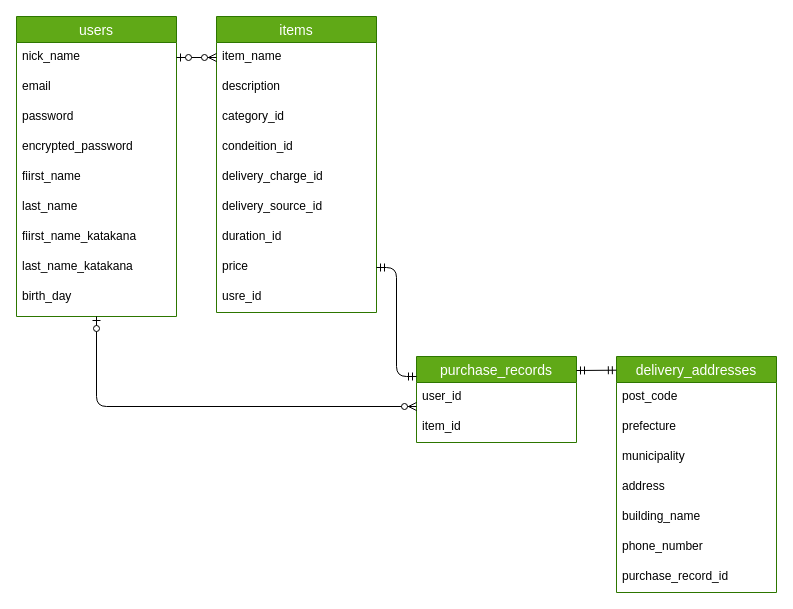
Above: er.dio in nameko710/furima-38718 (draw.io), before the change. Source tidied: cells renumbered, new cells numbered last; positions are measured from the earlier drawing's top-left corner, leaving out a move shared by most shapes. Both pictures are drawn from the tidied source at 100%, with x=0, y=0 at pixel (16, 16).
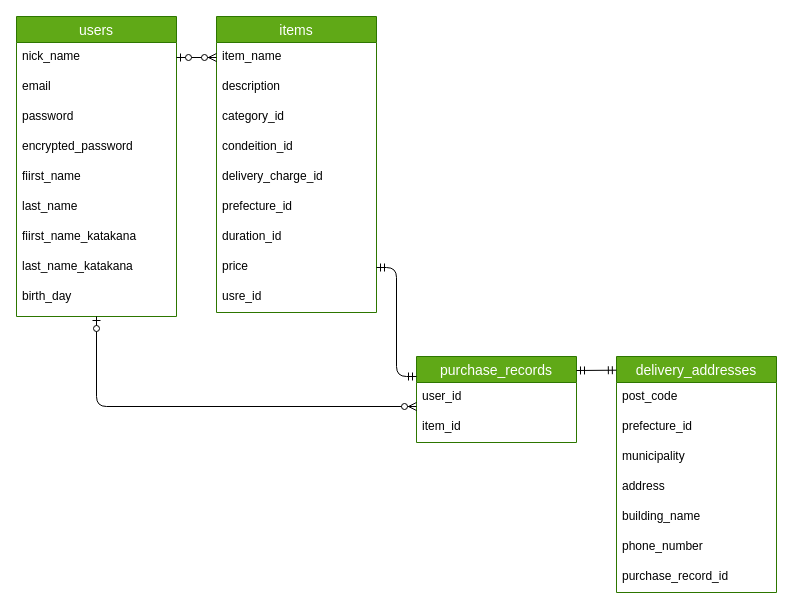
Above is the later version.

Commit message (it also covers changes not shown here):
配送先と配送元のカラム名を統一

Unchanged cells that the change refers to:
```xml
<mxCell id="12" value="items" style="swimlane;fontStyle=0;horizontal=1;startSize=26;align=center;fontSize=14;fillColor=#60a917;fontColor=#ffffff;strokeColor=#2D7600;" parent="1" vertex="1">
  <mxGeometry x="200" width="160" height="296" as="geometry" />
</mxCell>
<mxCell id="25" value="delivery_addresses" style="swimlane;fontStyle=0;horizontal=1;startSize=26;align=center;fontSize=14;fillColor=#60a917;fontColor=#ffffff;strokeColor=#2D7600;" parent="1" vertex="1">
  <mxGeometry x="600" y="340" width="160" height="236" as="geometry" />
</mxCell>
```

What changed in the source:
```diff
@@
-    <mxCell id="18" value="delivery_source_id" style="text;strokeColor=none;fillColor=none;spacingLeft=4;spacingRight=4;overflow=hidden;fontSize=12;" parent="12" vertex="1">
+    <mxCell id="18" value="prefecture_id" style="text;strokeColor=none;fillColor=none;spacingLeft=4;spacingRight=4;overflow=hidden;fontSize=12;" parent="12" vertex="1">
       <mxGeometry y="176" width="160" height="30" as="geometry" />
     </mxCell>
@@
-    <mxCell id="27" value="prefecture" style="text;strokeColor=none;fillColor=none;spacingLeft=4;spacingRight=4;overflow=hidden;fontSize=12;" parent="25" vertex="1">
+    <mxCell id="27" value="prefecture_id" style="text;strokeColor=none;fillColor=none;spacingLeft=4;spacingRight=4;overflow=hidden;fontSize=12;" parent="25" vertex="1">
       <mxGeometry y="56" width="160" height="30" as="geometry" />
     </mxCell>
```
